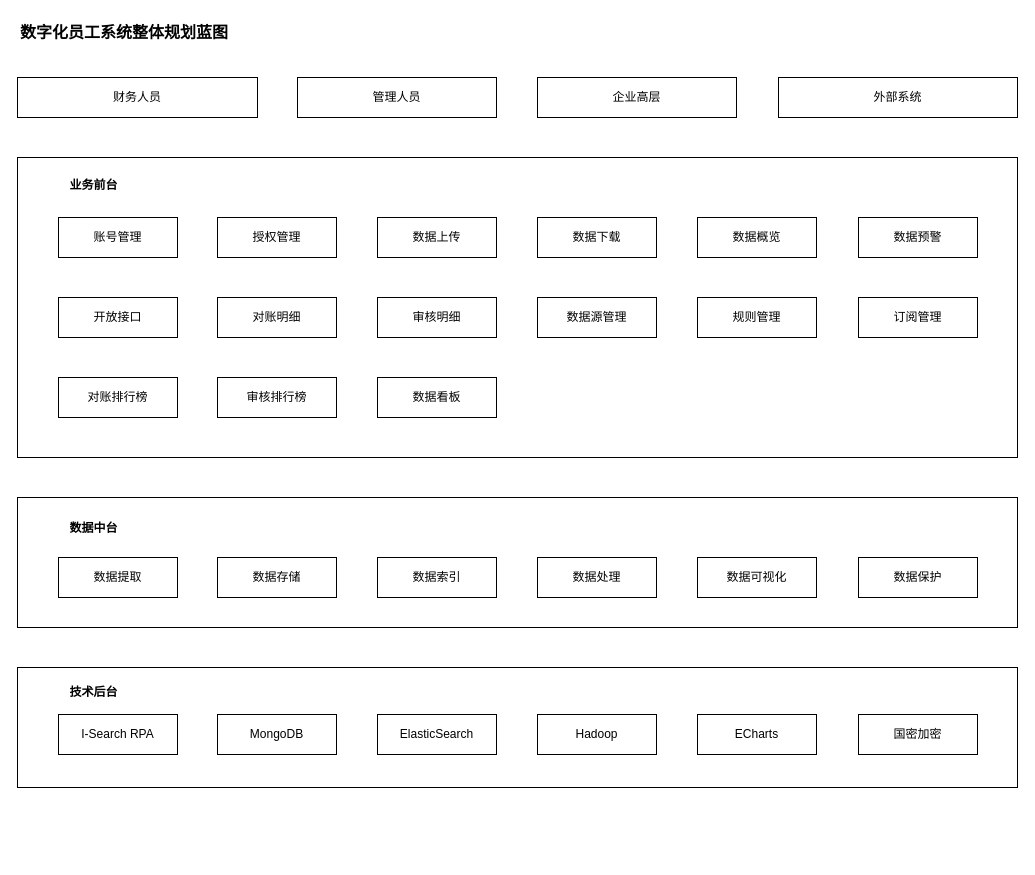
This is src/main/work/cdjh/20231020173211.drawio from ab-doc/draw.io, a draw.io file, before an edit. Source tidied: cells renumbered, new cells numbered last; positions are measured from the earlier drawing's top-left corner, leaving out a move shared by most shapes. Both pictures are drawn from the tidied source at 100%, with x=0, y=0 at pixel (17, 17).
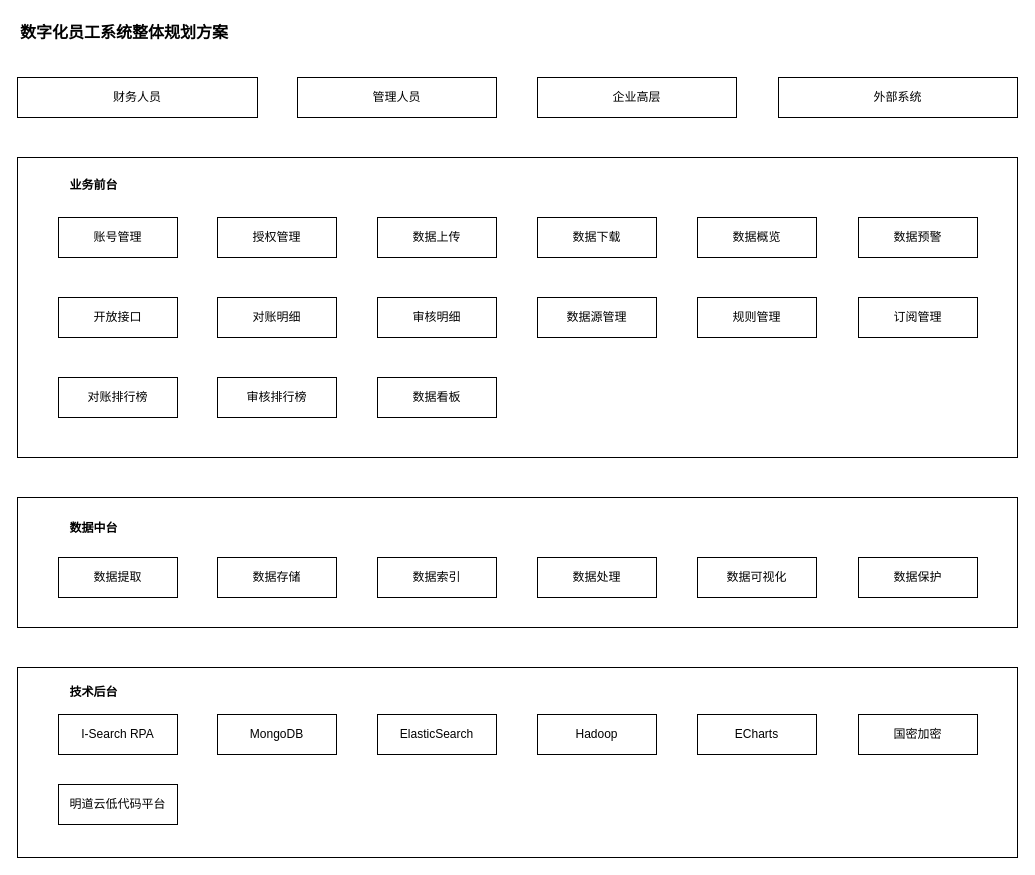
After the change.

Diff of the diagram source:
```diff
@@
-    <mxCell id="2" value="&lt;b style=&quot;font-size: 16px;&quot;&gt;数字化员工系统整体规划蓝图&lt;/b&gt;" style="text;html=1;align=left;verticalAlign=middle;strokeColor=none;fillColor=none;fontSize=16;rounded=0;labelBackgroundColor=none;" parent="1" vertex="1">
+    <mxCell id="2" value="&lt;b style=&quot;font-size: 16px;&quot;&gt;数字化员工系统整体规划方案&lt;/b&gt;" style="text;html=1;align=left;verticalAlign=middle;strokeColor=none;fillColor=none;fontSize=16;rounded=0;labelBackgroundColor=none;" parent="1" vertex="1">
       <mxGeometry x="0.5" width="230" height="30" as="geometry" />
     </mxCell>
@@
     <mxCell id="32" style="whiteSpace=wrap;html=1;" parent="1" vertex="1">
-      <mxGeometry y="650" width="1000" height="120" as="geometry" />
+      <mxGeometry y="650" width="1000" height="190" as="geometry" />
     </mxCell>
@@
+    <mxCell id="40" value="明道云低代码平台" style="whiteSpace=wrap;html=1;" parent="1" vertex="1">
+      <mxGeometry x="41" y="767" width="119" height="40" as="geometry" />
+    </mxCell>
```
